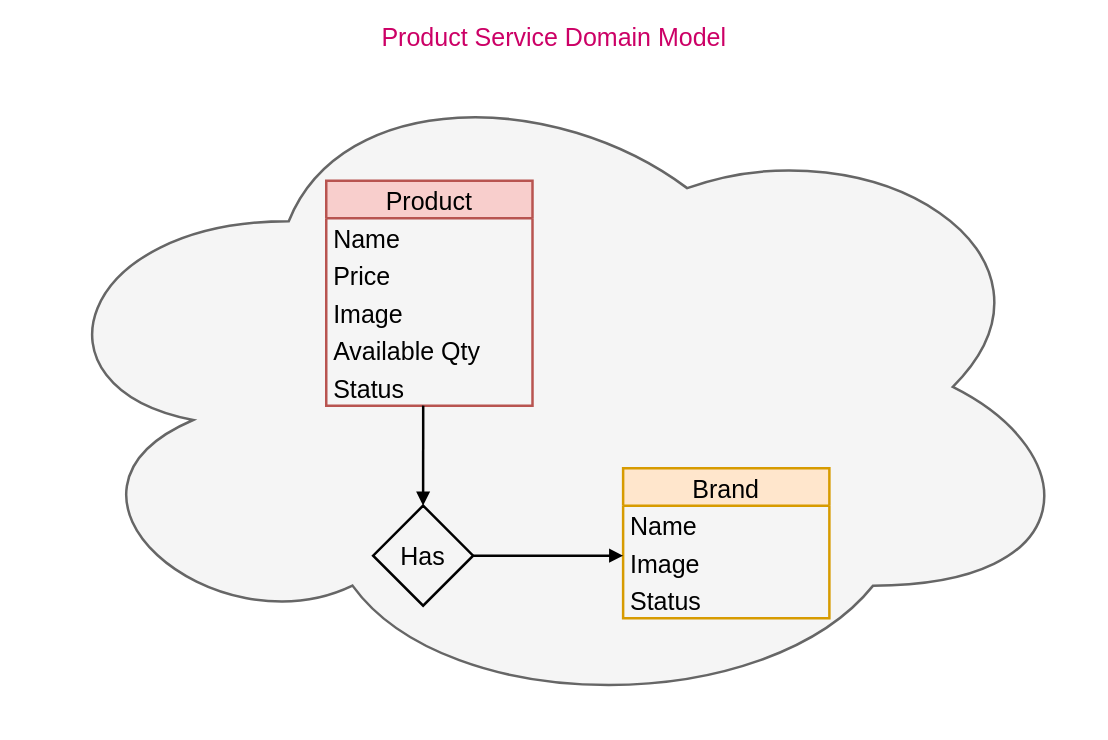
Before: docs/diagram/product_service_domain_model.drawio in dudhwalas/dudhwala, a draw.io diagram. Source tidied: cells renumbered, new cells numbered last; positions are measured from the earlier drawing's top-left corner, leaving out a move shared by most shapes. Both pictures are drawn from the tidied source at 125%, with x=0, y=0 at pixel (22, 55).
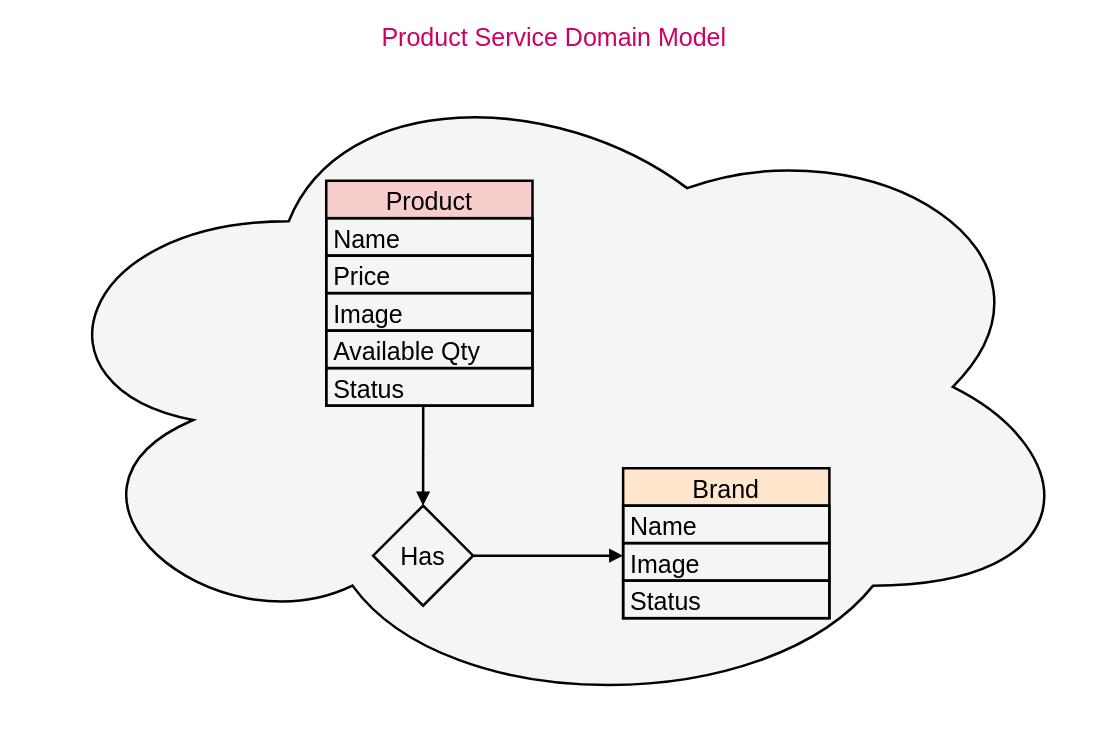
The same diagram, later.

Change to the diagram source:
```diff
@@
 <mxGraphModel>
   <root>
     <mxCell id="0" />
     <mxCell id="1" parent="0" />
-    <mxCell id="2" value="Product Service Domain Model" style="ellipse;shape=cloud;whiteSpace=wrap;html=1;fillColor=#f5f5f5;fontColor=#CC0066;strokeColor=#666666;strokeWidth=2;labelPosition=center;verticalLabelPosition=top;align=center;verticalAlign=bottom;fontSize=20;" parent="1" vertex="1">
+    <mxCell id="2" value="Product Service Domain Model" style="ellipse;shape=cloud;whiteSpace=wrap;html=1;fillColor=#f5f5f5;fontColor=#CC0066;strokeColor=#000000;strokeWidth=2;labelPosition=center;verticalLabelPosition=top;align=center;verticalAlign=bottom;fontSize=20;" parent="1" vertex="1">
       <mxGeometry width="850" height="530" as="geometry" />
     </mxCell>
-    <mxCell id="3" value="Product" style="swimlane;fontStyle=0;horizontal=1;startSize=30;fillColor=#f8cecc;strokeColor=#b85450;fontSize=20;strokeWidth=2;" parent="1" vertex="1">
+    <mxCell id="3" value="Product" style="swimlane;fontStyle=0;horizontal=1;startSize=30;fillColor=#f8cecc;strokeColor=#000000;fontSize=20;strokeWidth=2;" parent="1" vertex="1">
       <mxGeometry x="242.5" y="100" width="165" height="180" as="geometry" />
     </mxCell>
-    <mxCell id="4" value="Name" style="text;strokeColor=none;fillColor=none;align=left;verticalAlign=middle;spacingLeft=4;spacingRight=4;overflow=hidden;fontSize=20;strokeWidth=2;" parent="3" vertex="1">
+    <mxCell id="4" value="Name" style="text;strokeColor=#000000;fillColor=none;align=left;verticalAlign=middle;spacingLeft=4;spacingRight=4;overflow=hidden;fontSize=20;strokeWidth=2;" parent="3" vertex="1">
       <mxGeometry y="30" width="165" height="30" as="geometry" />
     </mxCell>
-    <mxCell id="5" value="Price" style="text;strokeColor=none;fillColor=none;align=left;verticalAlign=middle;spacingLeft=4;spacingRight=4;overflow=hidden;fontSize=20;strokeWidth=2;" parent="3" vertex="1">
+    <mxCell id="5" value="Price" style="text;strokeColor=#000000;fillColor=none;align=left;verticalAlign=middle;spacingLeft=4;spacingRight=4;overflow=hidden;fontSize=20;strokeWidth=2;" parent="3" vertex="1">
       <mxGeometry y="60" width="165" height="30" as="geometry" />
     </mxCell>
-    <mxCell id="6" value="Image" style="text;strokeColor=none;fillColor=none;align=left;verticalAlign=middle;spacingLeft=4;spacingRight=4;overflow=hidden;fontSize=20;strokeWidth=2;" parent="3" vertex="1">
+    <mxCell id="6" value="Image" style="text;strokeColor=#000000;fillColor=none;align=left;verticalAlign=middle;spacingLeft=4;spacingRight=4;overflow=hidden;fontSize=20;strokeWidth=2;" parent="3" vertex="1">
       <mxGeometry y="90" width="165" height="30" as="geometry" />
     </mxCell>
-    <mxCell id="7" value="Available Qty" style="text;strokeColor=none;fillColor=none;align=left;verticalAlign=middle;spacingLeft=4;spacingRight=4;overflow=hidden;fontSize=20;strokeWidth=2;" parent="3" vertex="1">
+    <mxCell id="7" value="Available Qty" style="text;strokeColor=#000000;fillColor=none;align=left;verticalAlign=middle;spacingLeft=4;spacingRight=4;overflow=hidden;fontSize=20;strokeWidth=2;" parent="3" vertex="1">
       <mxGeometry y="120" width="165" height="30" as="geometry" />
     </mxCell>
-    <mxCell id="8" value="Status" style="text;strokeColor=none;fillColor=none;align=left;verticalAlign=middle;spacingLeft=4;spacingRight=4;overflow=hidden;points=[[0,0.5],[1,0.5]];portConstraint=eastwest;fontSize=20;strokeWidth=2;" parent="3" vertex="1">
+    <mxCell id="8" value="Status" style="text;strokeColor=#000000;fillColor=none;align=left;verticalAlign=middle;spacingLeft=4;spacingRight=4;overflow=hidden;points=[[0,0.5],[1,0.5]];portConstraint=eastwest;fontSize=20;strokeWidth=2;" parent="3" vertex="1">
       <mxGeometry y="150" width="165" height="30" as="geometry" />
     </mxCell>
-    <mxCell id="9" value="Brand" style="swimlane;fontStyle=0;horizontal=1;startSize=30;fillColor=#ffe6cc;strokeColor=#d79b00;fontSize=20;strokeWidth=2;" parent="1" vertex="1">
+    <mxCell id="9" value="Brand" style="swimlane;fontStyle=0;horizontal=1;startSize=30;fillColor=#ffe6cc;strokeColor=#000000;fontSize=20;strokeWidth=2;" parent="1" vertex="1">
       <mxGeometry x="480" y="330" width="165" height="120" as="geometry" />
     </mxCell>
-    <mxCell id="10" value="Name" style="text;strokeColor=none;fillColor=none;align=left;verticalAlign=middle;spacingLeft=4;spacingRight=4;overflow=hidden;fontSize=20;strokeWidth=2;" parent="9" vertex="1">
+    <mxCell id="10" value="Name" style="text;strokeColor=#000000;fillColor=none;align=left;verticalAlign=middle;spacingLeft=4;spacingRight=4;overflow=hidden;fontSize=20;strokeWidth=2;" parent="9" vertex="1">
       <mxGeometry y="30" width="165" height="30" as="geometry" />
     </mxCell>
-    <mxCell id="11" value="Image" style="text;strokeColor=none;fillColor=none;align=left;verticalAlign=middle;spacingLeft=4;spacingRight=4;overflow=hidden;fontSize=20;strokeWidth=2;" parent="9" vertex="1">
+    <mxCell id="11" value="Image" style="text;strokeColor=#000000;fillColor=none;align=left;verticalAlign=middle;spacingLeft=4;spacingRight=4;overflow=hidden;fontSize=20;strokeWidth=2;" parent="9" vertex="1">
       <mxGeometry y="60" width="165" height="30" as="geometry" />
     </mxCell>
-    <mxCell id="12" value="Status" style="text;strokeColor=none;fillColor=none;align=left;verticalAlign=middle;spacingLeft=4;spacingRight=4;overflow=hidden;fontSize=20;strokeWidth=2;" parent="9" vertex="1">
+    <mxCell id="12" value="Status" style="text;strokeColor=#000000;fillColor=none;align=left;verticalAlign=middle;spacingLeft=4;spacingRight=4;overflow=hidden;fontSize=20;strokeWidth=2;" parent="9" vertex="1">
       <mxGeometry y="90" width="165" height="30" as="geometry" />
     </mxCell>
-    <mxCell id="13" value="Has" style="rhombus;whiteSpace=wrap;html=1;fontSize=20;fillColor=none;strokeWidth=2;" parent="1" vertex="1">
+    <mxCell id="13" value="Has" style="rhombus;whiteSpace=wrap;html=1;fontSize=20;fillColor=none;strokeWidth=2;strokeColor=#000000;" parent="1" vertex="1">
       <mxGeometry x="280" y="360" width="80" height="80" as="geometry" />
     </mxCell>
-    <mxCell id="14" style="edgeStyle=none;html=1;exitX=0.47;exitY=1;exitDx=0;exitDy=0;entryX=0.5;entryY=0;entryDx=0;entryDy=0;fontSize=20;exitPerimeter=0;endArrow=block;endFill=1;strokeWidth=2;" parent="1" edge="1" source="8" target="13">
+    <mxCell id="14" style="edgeStyle=none;html=1;exitX=0.47;exitY=1;exitDx=0;exitDy=0;entryX=0.5;entryY=0;entryDx=0;entryDy=0;fontSize=20;exitPerimeter=0;endArrow=block;endFill=1;strokeWidth=2;strokeColor=#000000;" parent="1" edge="1" source="8" target="13">
       <mxGeometry relative="1" as="geometry" />
     </mxCell>
-    <mxCell id="15" style="edgeStyle=none;html=1;exitX=1;exitY=0.5;exitDx=0;exitDy=0;fontSize=20;endArrow=block;endFill=1;strokeWidth=2;" parent="1" edge="1" source="13">
+    <mxCell id="15" style="edgeStyle=none;html=1;exitX=1;exitY=0.5;exitDx=0;exitDy=0;fontSize=20;endArrow=block;endFill=1;strokeWidth=2;strokeColor=#000000;" parent="1" edge="1" source="13">
       <mxGeometry relative="1" as="geometry">
         <mxPoint x="480" y="400" as="targetPoint" />
       </mxGeometry>
     </mxCell>
   </root>
 </mxGraphModel>
```
